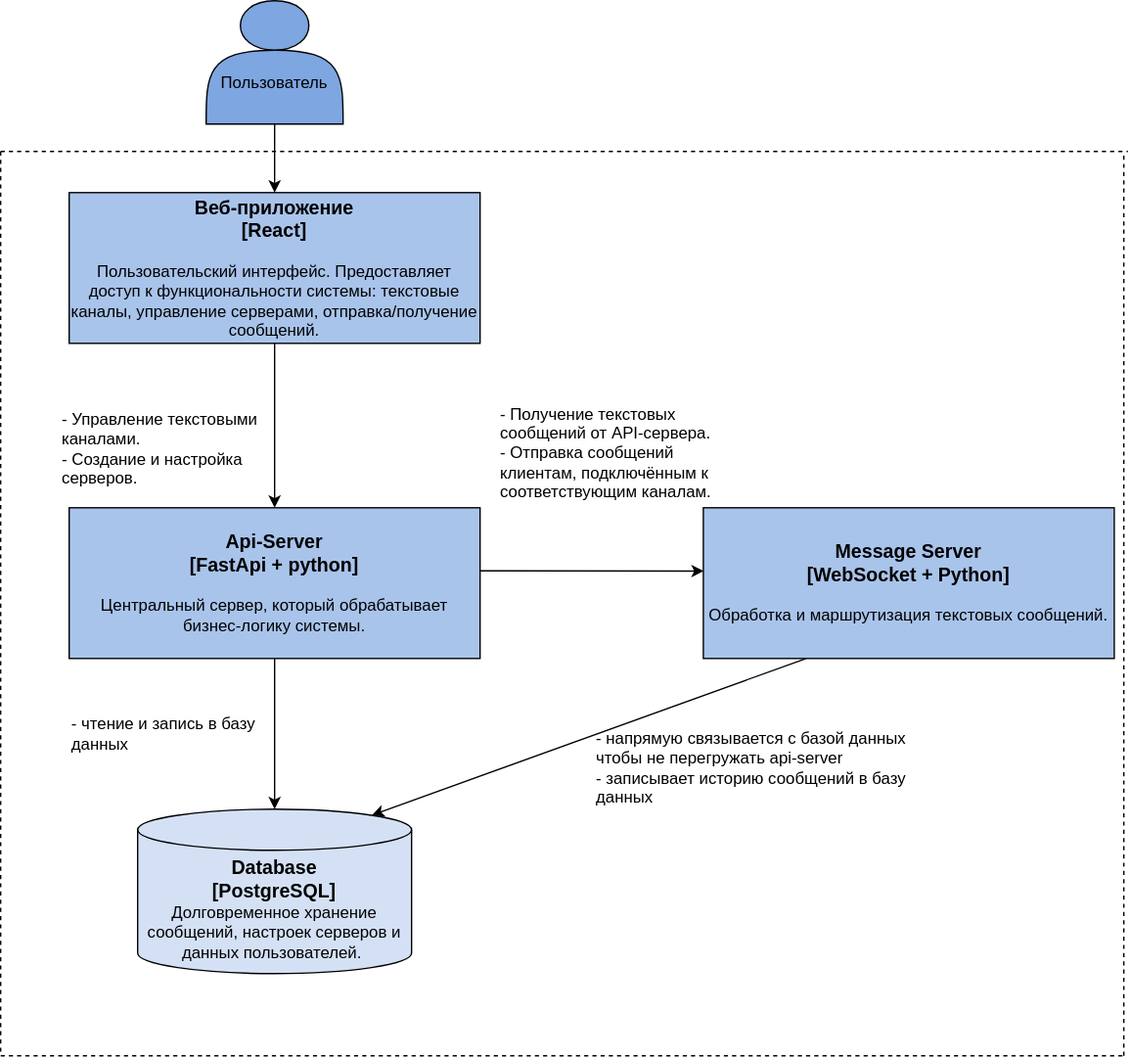
The draw.io diagram Lab Work №2/CD.svg in GIFONOT/VKR_4kurs, before a commit. Source tidied: cells renumbered, new cells last; positions are measured from the earlier drawing's top-left corner, leaving out a move shared by most shapes.
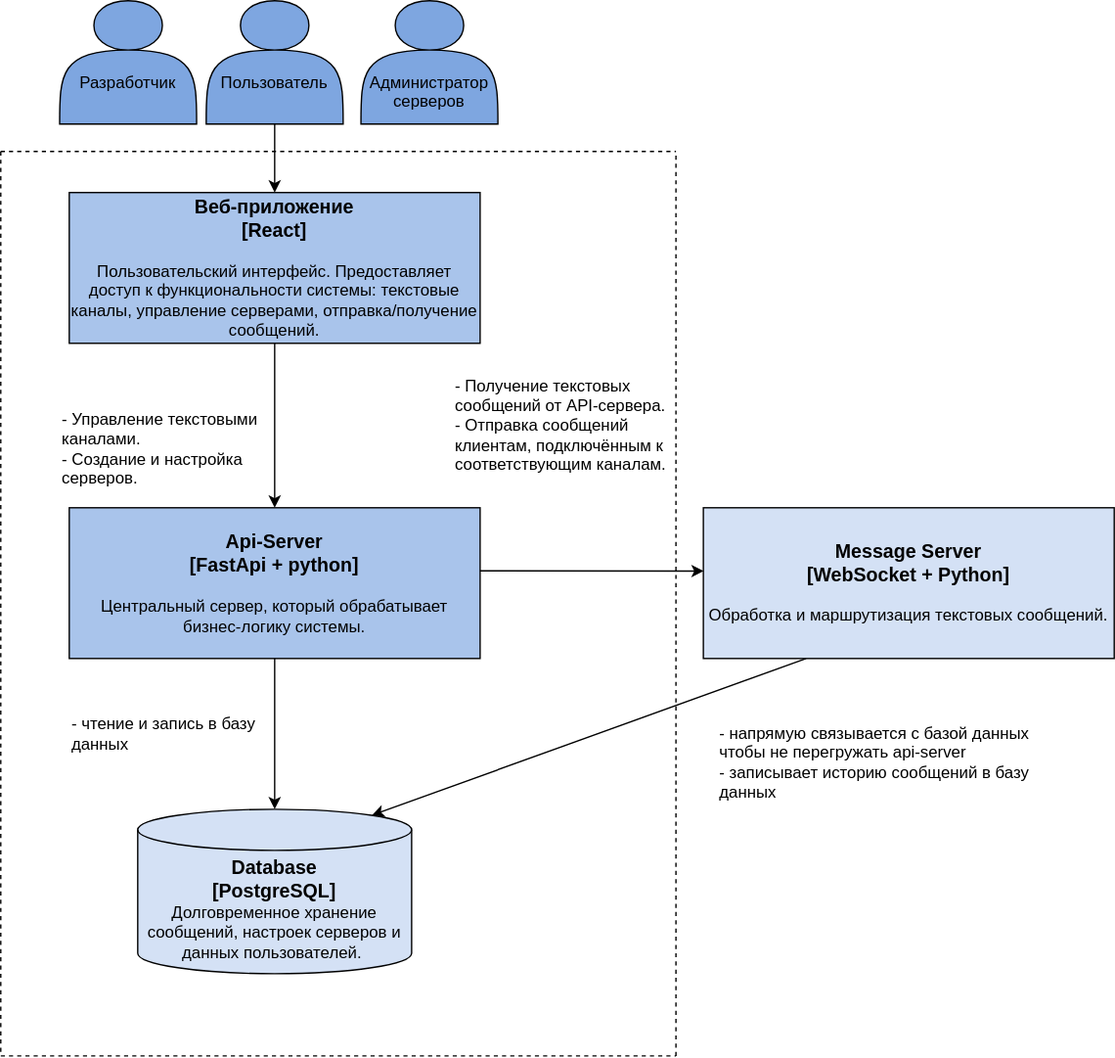
After the change.

What changed in the source:
```diff
@@ -2,8 +2,8 @@
   <root>
     <mxCell id="0" />
     <mxCell id="1" parent="0" />
-    <mxCell id="2" value="&lt;div&gt;&lt;br&gt;&lt;/div&gt;&lt;div&gt;&lt;br&gt;&lt;/div&gt;Пользователь" style="shape=actor;whiteSpace=wrap;html=1;strokeColor=default;fillColor=#7EA6E0;" parent="1" vertex="1">
-      <mxGeometry x="150" width="100" height="90" as="geometry" />
+    <mxCell id="2" value="&lt;br&gt;&lt;br&gt;Разработчик" style="shape=actor;whiteSpace=wrap;html=1;strokeColor=default;fillColor=#7EA6E0;" parent="1" vertex="1">
+      <mxGeometry x="43" width="100" height="90" as="geometry" />
     </mxCell>
     <mxCell id="3" value="&lt;b&gt;&lt;font style=&quot;font-size: 14px;&quot;&gt;Веб-приложение&lt;/font&gt;&lt;/b&gt;&lt;div&gt;&lt;b&gt;&lt;font style=&quot;font-size: 14px;&quot;&gt;[React]&lt;br&gt;&lt;/font&gt;&lt;/b&gt;&lt;br&gt;Пользовательский интерфейс. Предоставляет доступ к функциональности системы: текстовые каналы, управление серверами, отправка/получение сообщений.&lt;/div&gt;" style="rounded=0;whiteSpace=wrap;html=1;fillColor=#A9C4EB;" parent="1" vertex="1">
       <mxGeometry x="50" y="140" width="300" height="110" as="geometry" />
@@ -14,7 +14,7 @@
     <mxCell id="5" value="&lt;font style=&quot;&quot;&gt;&lt;span style=&quot;font-size: 14px;&quot;&gt;&lt;b&gt;Database&lt;/b&gt;&lt;/span&gt;&lt;br&gt;&lt;span style=&quot;font-size: 14px;&quot;&gt;&lt;b&gt;[PostgreSQL]&lt;/b&gt;&lt;/span&gt;&lt;/font&gt;&lt;div&gt;Долговременное хранение сообщений, настроек серверов и данных пользователей.&amp;nbsp;&lt;/div&gt;" style="shape=cylinder3;whiteSpace=wrap;html=1;boundedLbl=1;backgroundOutline=1;size=15;fillColor=#D4E1F5;" parent="1" vertex="1">
       <mxGeometry x="100" y="590" width="200" height="120" as="geometry" />
     </mxCell>
-    <mxCell id="6" value="&lt;span style=&quot;font-size: 14px;&quot;&gt;&lt;b&gt;Message Server&lt;/b&gt;&lt;/span&gt;&lt;br&gt;&lt;div&gt;&lt;font style=&quot;&quot;&gt;&lt;span style=&quot;font-size: 14px;&quot;&gt;&lt;b&gt;[WebSocket + Python]&lt;/b&gt;&lt;/span&gt;&lt;br&gt;&lt;/font&gt;&lt;br&gt;Обработка и маршрутизация текстовых сообщений.&lt;/div&gt;" style="rounded=0;whiteSpace=wrap;html=1;fillColor=#A9C4EB;" parent="1" vertex="1">
+    <mxCell id="6" value="&lt;span style=&quot;font-size: 14px;&quot;&gt;&lt;b&gt;Message Server&lt;/b&gt;&lt;/span&gt;&lt;br&gt;&lt;div&gt;&lt;font style=&quot;&quot;&gt;&lt;span style=&quot;font-size: 14px;&quot;&gt;&lt;b&gt;[WebSocket + Python]&lt;/b&gt;&lt;/span&gt;&lt;br&gt;&lt;/font&gt;&lt;br&gt;Обработка и маршрутизация текстовых сообщений.&lt;/div&gt;" style="rounded=0;whiteSpace=wrap;html=1;fillColor=#D4E1F5;" parent="1" vertex="1">
       <mxGeometry x="513" y="370" width="300" height="110" as="geometry" />
     </mxCell>
     <mxCell id="7" style="endArrow=classic;html=1;rounded=0;entryX=0.5;entryY=0;entryDx=0;entryDy=0;" parent="1" edge="1" target="4">
@@ -41,7 +41,7 @@
     <mxCell id="12" style="endArrow=none;dashed=1;html=1;rounded=0;" parent="1" edge="1">
       <mxGeometry relative="1" as="geometry">
         <mxPoint y="110" as="sourcePoint" />
-        <mxPoint x="823" y="110" as="targetPoint" />
+        <mxPoint x="493" y="110" as="targetPoint" />
       </mxGeometry>
     </mxCell>
     <mxCell id="13" style="endArrow=none;dashed=1;html=1;rounded=0;" parent="1" edge="1">
@@ -53,26 +53,32 @@
     <mxCell id="14" style="endArrow=none;dashed=1;html=1;rounded=0;" parent="1" edge="1">
       <mxGeometry relative="1" as="geometry">
         <mxPoint y="770" as="sourcePoint" />
-        <mxPoint x="820" y="770" as="targetPoint" />
+        <mxPoint x="493" y="770" as="targetPoint" />
       </mxGeometry>
     </mxCell>
     <mxCell id="15" style="endArrow=none;dashed=1;html=1;rounded=0;" parent="1" edge="1">
       <mxGeometry relative="1" as="geometry">
-        <mxPoint x="820" y="770" as="sourcePoint" />
-        <mxPoint x="820" y="110" as="targetPoint" />
+        <mxPoint x="493" y="770" as="sourcePoint" />
+        <mxPoint x="493" y="110" as="targetPoint" />
       </mxGeometry>
     </mxCell>
     <mxCell id="16" value="&lt;div style=&quot;&quot;&gt;&lt;br&gt;&lt;/div&gt;&lt;div&gt;- Управление текстовыми каналами.&lt;/div&gt;&lt;div&gt;- Создание и настройка серверов.&lt;/div&gt;" style="text;html=1;align=left;verticalAlign=middle;whiteSpace=wrap;rounded=0;" parent="1" vertex="1">
       <mxGeometry x="43" y="280" width="150" height="80" as="geometry" />
     </mxCell>
     <mxCell id="17" value="&lt;div style=&quot;&quot;&gt;&lt;div&gt;- Получение текстовых сообщений от API-сервера.&lt;/div&gt;&lt;div&gt;- Отправка сообщений клиентам, подключённым к соответствующим каналам.&lt;/div&gt;&lt;/div&gt;" style="text;html=1;align=left;verticalAlign=middle;whiteSpace=wrap;rounded=0;" parent="1" vertex="1">
-      <mxGeometry x="363" y="270" width="183" height="120" as="geometry" />
+      <mxGeometry x="330" y="250" width="183" height="120" as="geometry" />
     </mxCell>
     <mxCell id="18" value="&lt;div style=&quot;&quot;&gt;&lt;div&gt;- напрямую связывается с базой данных чтобы не перегружать api-server&lt;/div&gt;&lt;div&gt;- записывает историю сообщений в базу данных&lt;/div&gt;&lt;/div&gt;" style="text;html=1;align=left;verticalAlign=middle;whiteSpace=wrap;rounded=0;" parent="1" vertex="1">
-      <mxGeometry x="433" y="500" width="240" height="120" as="geometry" />
+      <mxGeometry x="523" y="496" width="240" height="120" as="geometry" />
     </mxCell>
     <mxCell id="19" value="&lt;div style=&quot;&quot;&gt;&lt;div&gt;- чтение и запись в базу данных&lt;/div&gt;&lt;/div&gt;" style="text;html=1;align=left;verticalAlign=middle;whiteSpace=wrap;rounded=0;" parent="1" vertex="1">
       <mxGeometry x="50" y="490" width="170" height="90" as="geometry" />
     </mxCell>
+    <mxCell id="20" value="&lt;div&gt;&lt;br&gt;&lt;/div&gt;&lt;div&gt;&lt;br&gt;&lt;/div&gt;Пользователь" style="shape=actor;whiteSpace=wrap;html=1;strokeColor=default;fillColor=#7EA6E0;" parent="1" vertex="1">
+      <mxGeometry x="150" width="100" height="90" as="geometry" />
+    </mxCell>
+    <mxCell id="21" value="&lt;div&gt;&lt;br&gt;&lt;br&gt;&lt;br&gt;Администратор серверов&lt;/div&gt;" style="shape=actor;whiteSpace=wrap;html=1;strokeColor=default;fillColor=#7EA6E0;" parent="1" vertex="1">
+      <mxGeometry x="263" width="100" height="90" as="geometry" />
+    </mxCell>
   </root>
 </mxGraphModel>
```
